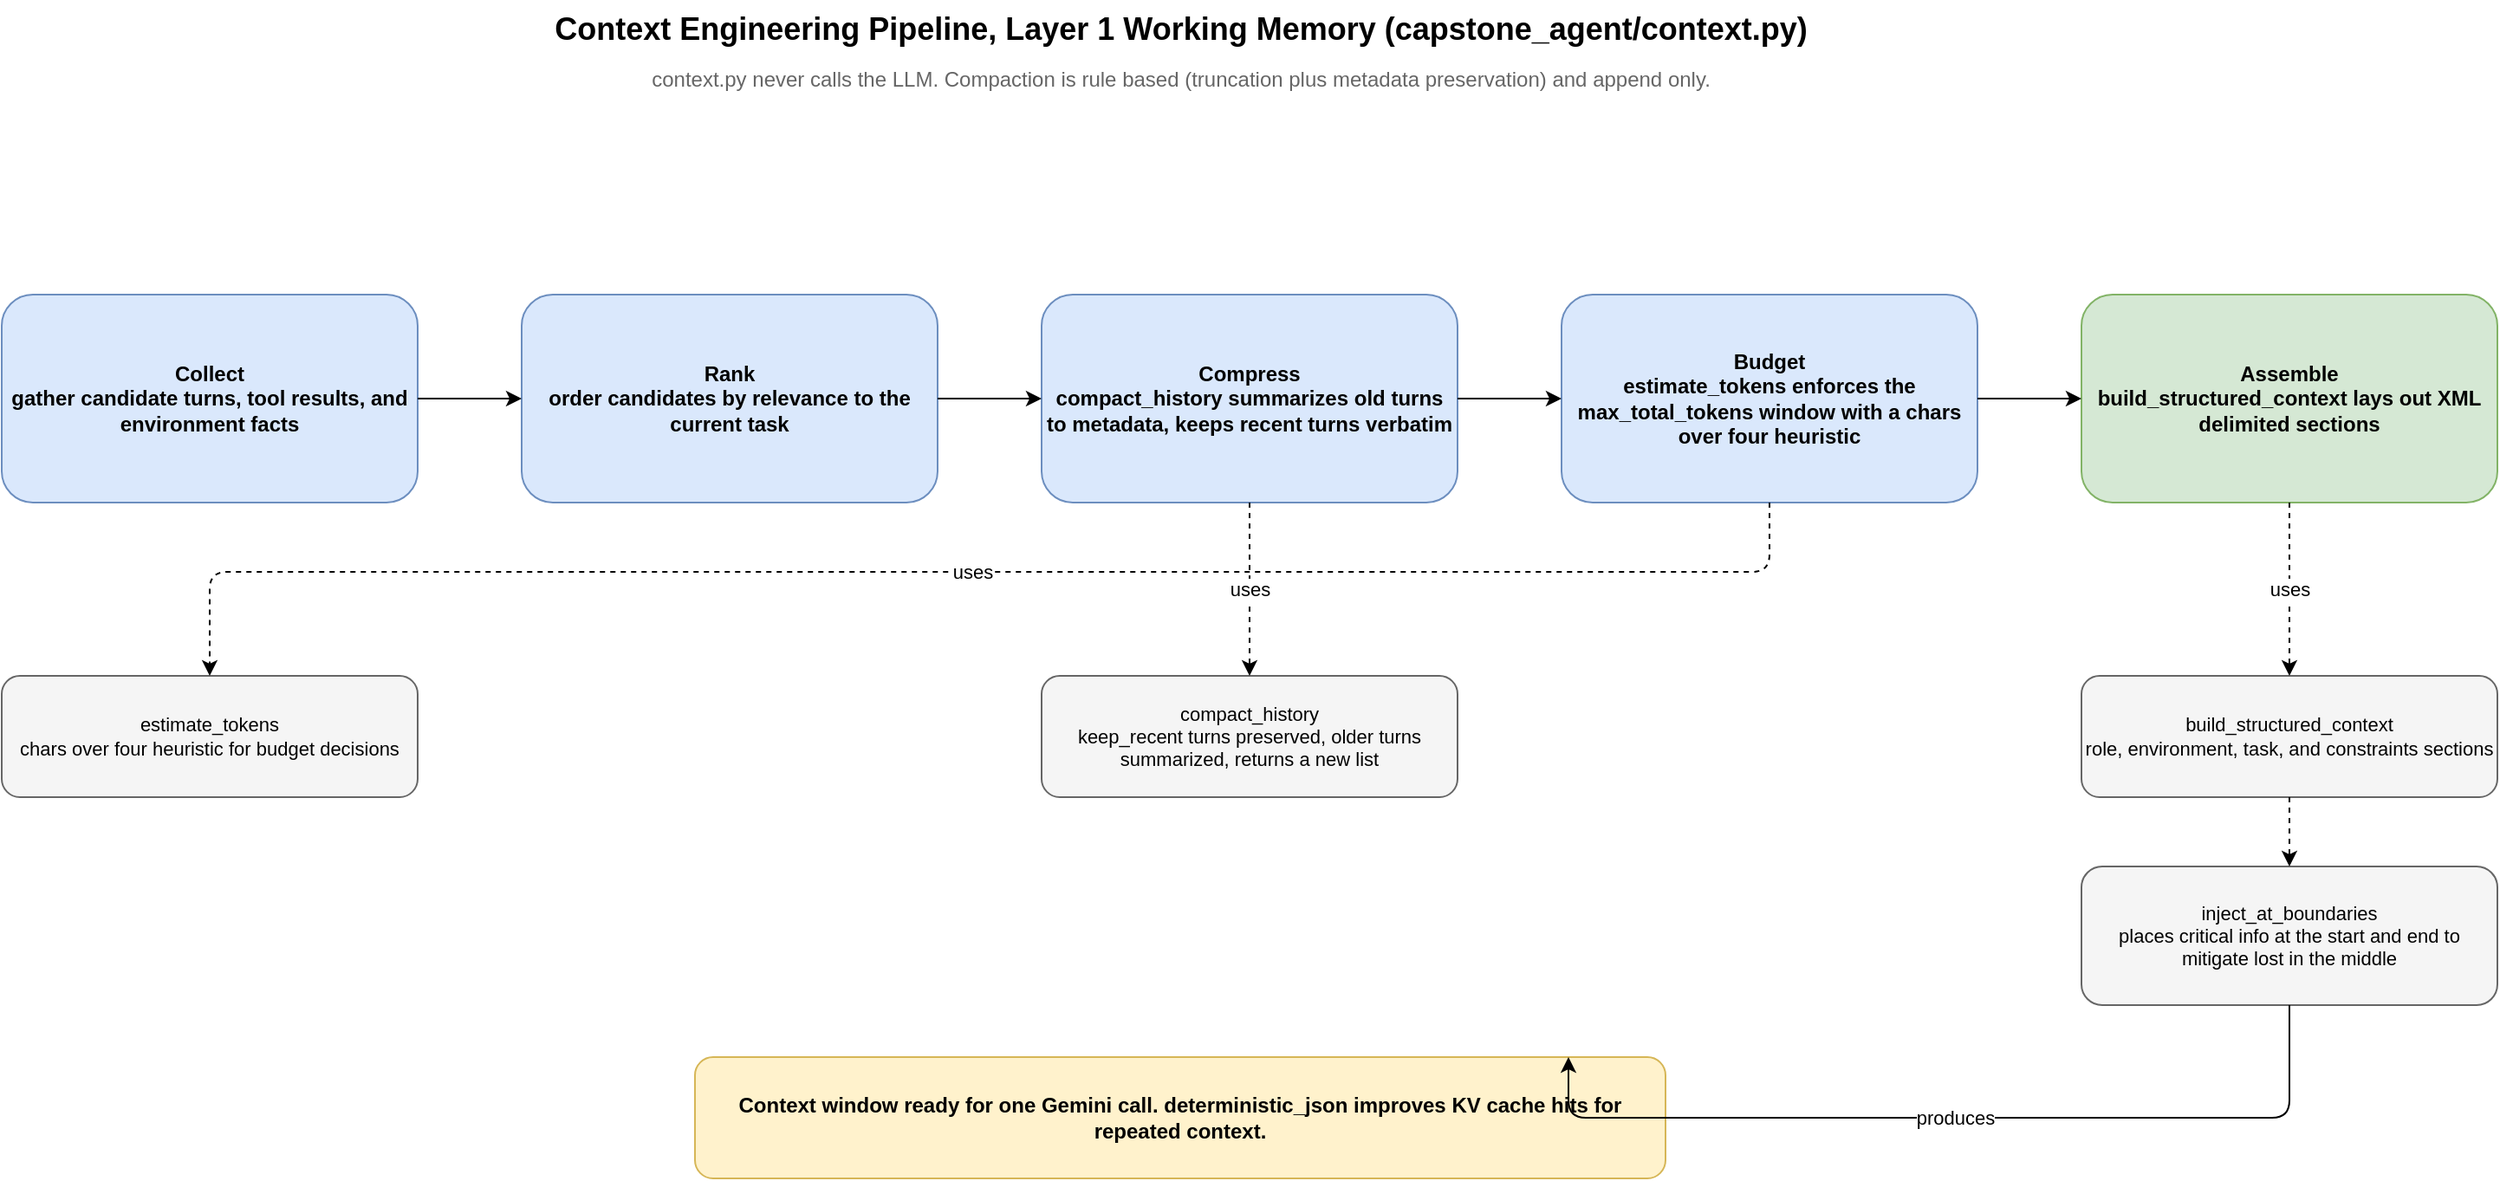
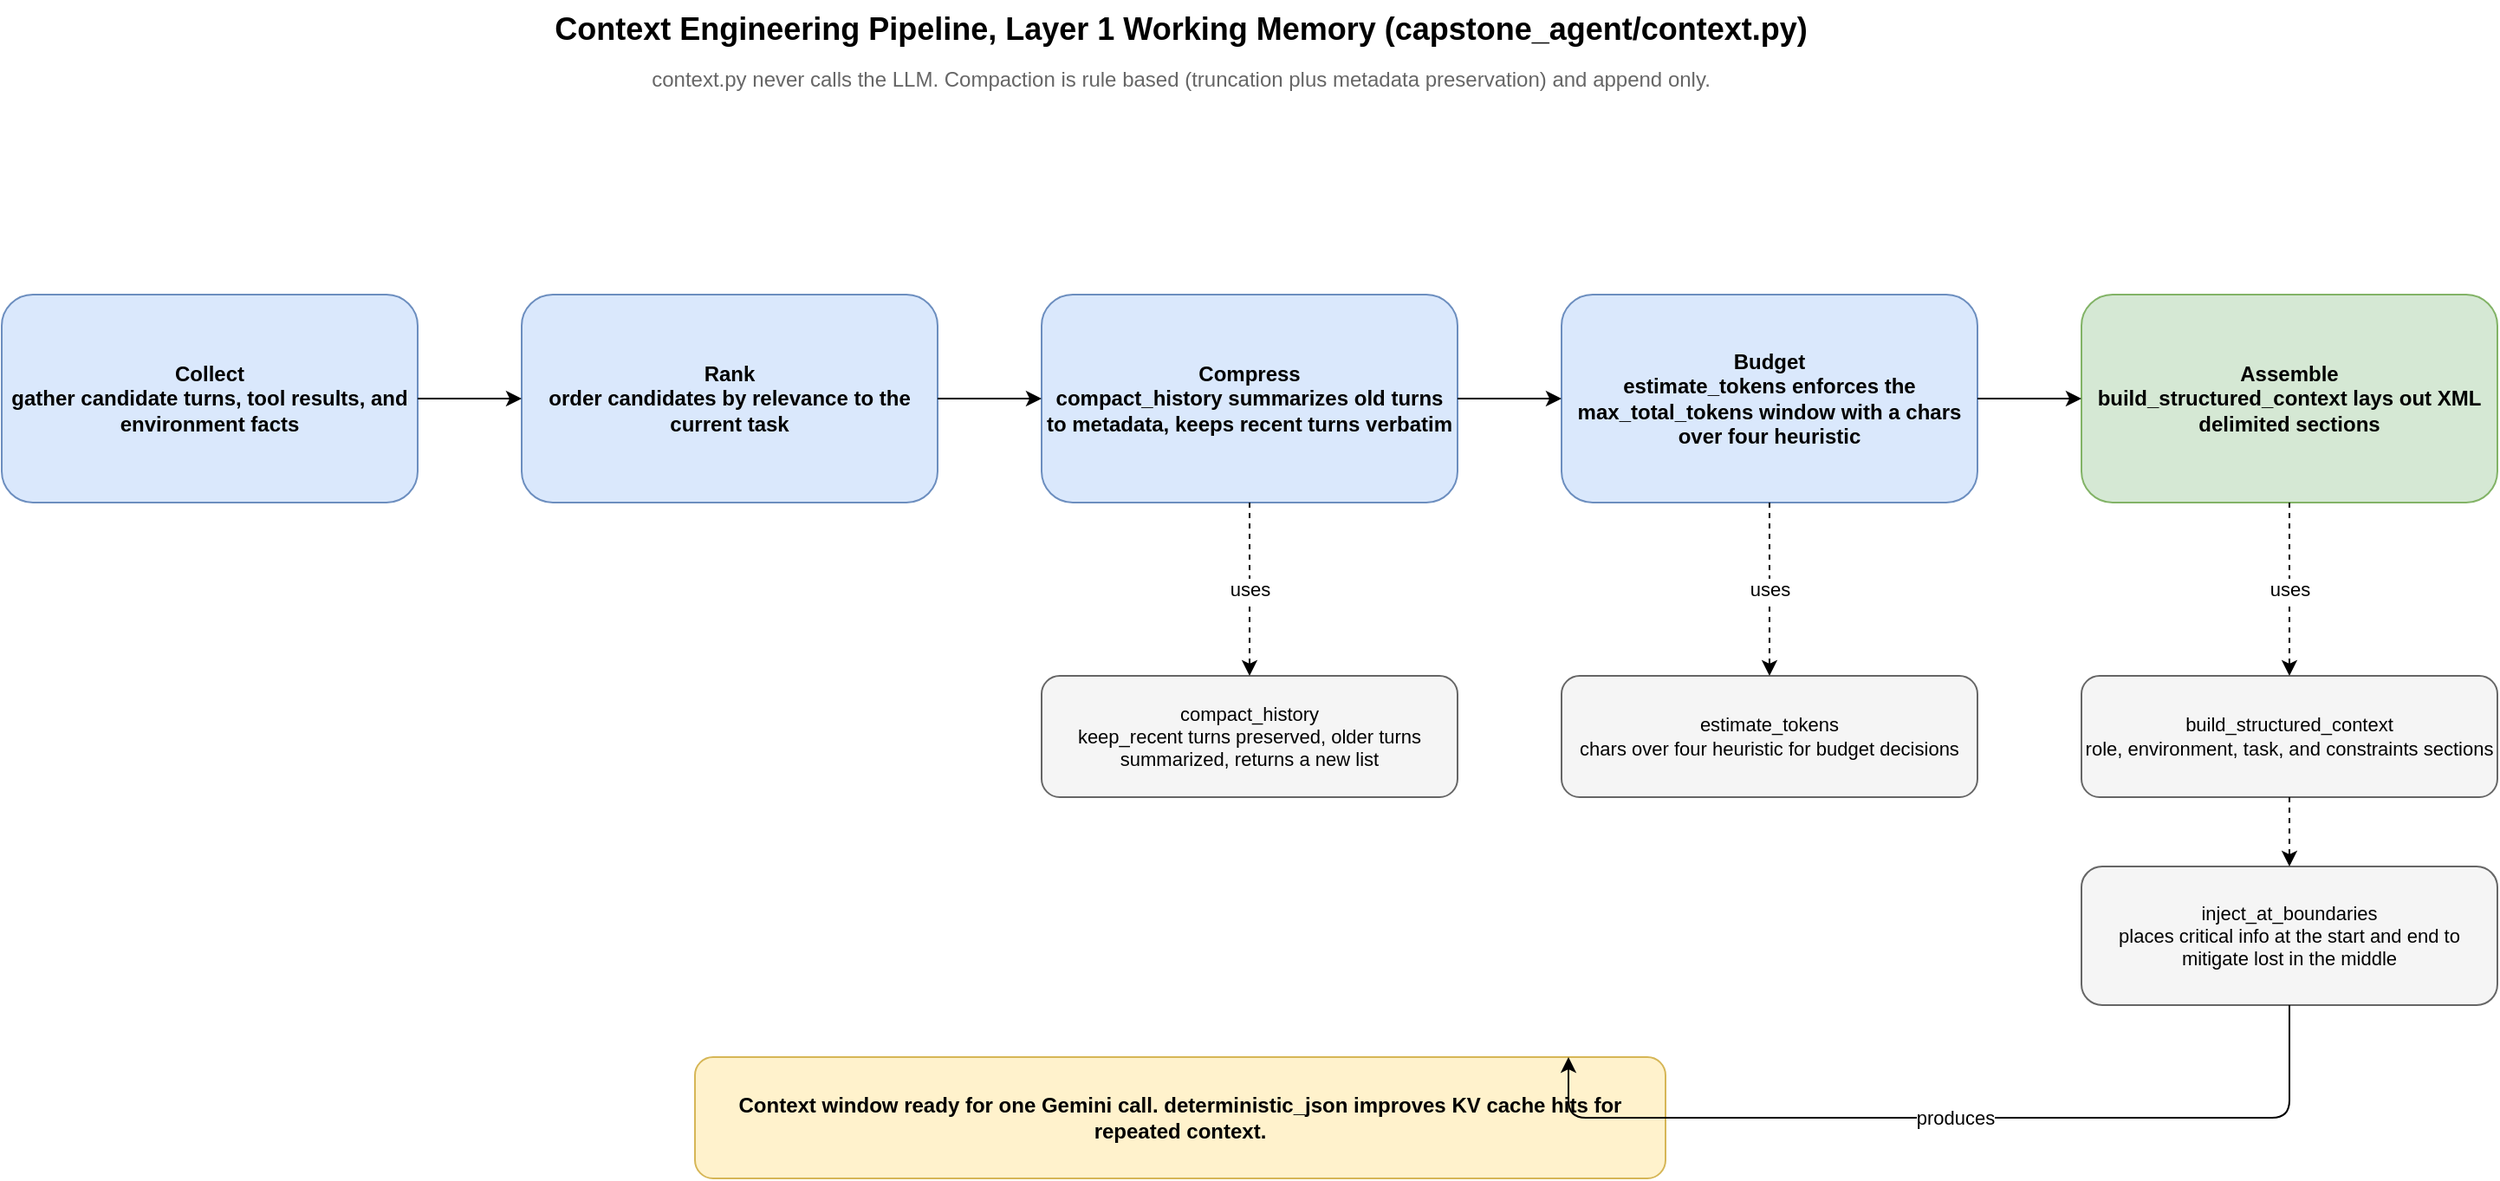
<?xml version="1.0" encoding="UTF-8"?>
<mxfile host="drawio" version="26.0.0">
  <diagram name="Context Engineering Pipeline">
    <mxGraphModel dx="1300" dy="800" grid="1" gridSize="10" page="1" pageWidth="1440" pageHeight="720">
      <root>
        <mxCell id="0" />
        <mxCell id="1" parent="0" />
        <mxCell id="title" value="Context Engineering Pipeline, Layer 1 Working Memory (capstone_agent/context.py)" style="text;html=1;fontSize=18;fontStyle=1;align=center;" vertex="1" parent="1">
          <mxGeometry x="300" y="10" width="840" height="30" as="geometry" />
        </mxCell>
        <mxCell id="note" value="context.py never calls the LLM. Compaction is rule based (truncation plus metadata preservation) and append only." style="text;html=1;fontSize=12;align=center;fontColor=#666666;" vertex="1" parent="1">
          <mxGeometry x="320" y="42" width="800" height="20" as="geometry" />
        </mxCell>
        <mxCell id="s1" value="Collect&#xa;gather candidate turns, tool results, and environment facts" style="rounded=1;whiteSpace=wrap;html=1;fillColor=#dae8fc;strokeColor=#6c8ebf;fontStyle=1;" vertex="1" parent="1">
          <mxGeometry x="40" y="180" width="240" height="120" as="geometry" />
        </mxCell>
        <mxCell id="s2" value="Rank&#xa;order candidates by relevance to the current task" style="rounded=1;whiteSpace=wrap;html=1;fillColor=#dae8fc;strokeColor=#6c8ebf;fontStyle=1;" vertex="1" parent="1">
          <mxGeometry x="340" y="180" width="240" height="120" as="geometry" />
        </mxCell>
        <mxCell id="s3" value="Compress&#xa;compact_history summarizes old turns to metadata, keeps recent turns verbatim" style="rounded=1;whiteSpace=wrap;html=1;fillColor=#dae8fc;strokeColor=#6c8ebf;fontStyle=1;" vertex="1" parent="1">
          <mxGeometry x="640" y="180" width="240" height="120" as="geometry" />
        </mxCell>
        <mxCell id="s4" value="Budget&#xa;estimate_tokens enforces the max_total_tokens window with a chars over four heuristic" style="rounded=1;whiteSpace=wrap;html=1;fillColor=#dae8fc;strokeColor=#6c8ebf;fontStyle=1;" vertex="1" parent="1">
          <mxGeometry x="940" y="180" width="240" height="120" as="geometry" />
        </mxCell>
        <mxCell id="s5" value="Assemble&#xa;build_structured_context lays out XML delimited sections" style="rounded=1;whiteSpace=wrap;html=1;fillColor=#d5e8d4;strokeColor=#82b366;fontStyle=1;" vertex="1" parent="1">
          <mxGeometry x="1240" y="180" width="240" height="120" as="geometry" />
        </mxCell>
        <mxCell id="f1" value="estimate_tokens&#xa;chars over four heuristic for budget decisions" style="rounded=1;whiteSpace=wrap;html=1;fillColor=#f5f5f5;strokeColor=#666666;fontSize=11;" vertex="1" parent="1">
-           <mxGeometry x="40" y="400" width="240" height="70" as="geometry" />
+           <mxGeometry x="940" y="400" width="240" height="70" as="geometry" />
        </mxCell>
        <mxCell id="f2" value="compact_history&#xa;keep_recent turns preserved, older turns summarized, returns a new list" style="rounded=1;whiteSpace=wrap;html=1;fillColor=#f5f5f5;strokeColor=#666666;fontSize=11;" vertex="1" parent="1">
          <mxGeometry x="640" y="400" width="240" height="70" as="geometry" />
        </mxCell>
        <mxCell id="f3" value="build_structured_context&#xa;role, environment, task, and constraints sections" style="rounded=1;whiteSpace=wrap;html=1;fillColor=#f5f5f5;strokeColor=#666666;fontSize=11;" vertex="1" parent="1">
          <mxGeometry x="1240" y="400" width="240" height="70" as="geometry" />
        </mxCell>
        <mxCell id="f4" value="inject_at_boundaries&#xa;places critical info at the start and end to mitigate lost in the middle" style="rounded=1;whiteSpace=wrap;html=1;fillColor=#f5f5f5;strokeColor=#666666;fontSize=11;" vertex="1" parent="1">
          <mxGeometry x="1240" y="510" width="240" height="80" as="geometry" />
        </mxCell>
        <mxCell id="out" value="Context window ready for one Gemini call. deterministic_json improves KV cache hits for repeated context." style="rounded=1;whiteSpace=wrap;html=1;fillColor=#fff2cc;strokeColor=#d6b656;fontStyle=1;" vertex="1" parent="1">
          <mxGeometry x="440" y="620" width="560" height="70" as="geometry" />
        </mxCell>
        <mxCell id="e1" style="edgeStyle=orthogonalEdgeStyle;rounded=1;orthogonalLoop=1;jettySize=auto;html=1;exitX=1;exitY=0.5;entryX=0;entryY=0.5;" edge="1" parent="1" source="s1" target="s2">
          <mxGeometry relative="1" as="geometry" />
        </mxCell>
        <mxCell id="e2" style="edgeStyle=orthogonalEdgeStyle;rounded=1;orthogonalLoop=1;jettySize=auto;html=1;exitX=1;exitY=0.5;entryX=0;entryY=0.5;" edge="1" parent="1" source="s2" target="s3">
          <mxGeometry relative="1" as="geometry" />
        </mxCell>
        <mxCell id="e3" style="edgeStyle=orthogonalEdgeStyle;rounded=1;orthogonalLoop=1;jettySize=auto;html=1;exitX=1;exitY=0.5;entryX=0;entryY=0.5;" edge="1" parent="1" source="s3" target="s4">
          <mxGeometry relative="1" as="geometry" />
        </mxCell>
        <mxCell id="e4" style="edgeStyle=orthogonalEdgeStyle;rounded=1;orthogonalLoop=1;jettySize=auto;html=1;exitX=1;exitY=0.5;entryX=0;entryY=0.5;" edge="1" parent="1" source="s4" target="s5">
          <mxGeometry relative="1" as="geometry" />
        </mxCell>
        <mxCell id="g1" value="uses" style="edgeStyle=orthogonalEdgeStyle;rounded=1;orthogonalLoop=1;jettySize=auto;html=1;dashed=1;exitX=0.5;exitY=1;entryX=0.5;entryY=0;labelBackgroundColor=#ffffff;fontSize=11;" edge="1" parent="1" source="s4" target="f1">
-           <mxGeometry relative="1" as="geometry">
-             <Array as="points">
-               <mxPoint x="1060" y="340" />
-               <mxPoint x="160" y="340" />
-             </Array>
-           </mxGeometry>
+           <mxGeometry relative="1" as="geometry" />
        </mxCell>
        <mxCell id="g2" value="uses" style="edgeStyle=orthogonalEdgeStyle;rounded=1;orthogonalLoop=1;jettySize=auto;html=1;dashed=1;exitX=0.5;exitY=1;entryX=0.5;entryY=0;labelBackgroundColor=#ffffff;fontSize=11;" edge="1" parent="1" source="s3" target="f2">
          <mxGeometry relative="1" as="geometry" />
        </mxCell>
        <mxCell id="g3" value="uses" style="edgeStyle=orthogonalEdgeStyle;rounded=1;orthogonalLoop=1;jettySize=auto;html=1;dashed=1;exitX=0.5;exitY=1;entryX=0.5;entryY=0;labelBackgroundColor=#ffffff;fontSize=11;" edge="1" parent="1" source="s5" target="f3">
          <mxGeometry relative="1" as="geometry" />
        </mxCell>
        <mxCell id="g4" style="edgeStyle=orthogonalEdgeStyle;rounded=1;orthogonalLoop=1;jettySize=auto;html=1;dashed=1;exitX=0.5;exitY=1;entryX=0.5;entryY=0;" edge="1" parent="1" source="f3" target="f4">
          <mxGeometry relative="1" as="geometry" />
        </mxCell>
        <mxCell id="o1" value="produces" style="edgeStyle=orthogonalEdgeStyle;rounded=1;orthogonalLoop=1;jettySize=auto;html=1;exitX=0.5;exitY=1;entryX=0.9;entryY=0;labelBackgroundColor=#ffffff;fontSize=11;" edge="1" parent="1" source="f4" target="out">
          <mxGeometry relative="1" as="geometry">
            <Array as="points">
              <mxPoint x="1360" y="655" />
            </Array>
          </mxGeometry>
        </mxCell>
      </root>
    </mxGraphModel>
  </diagram>
</mxfile>
